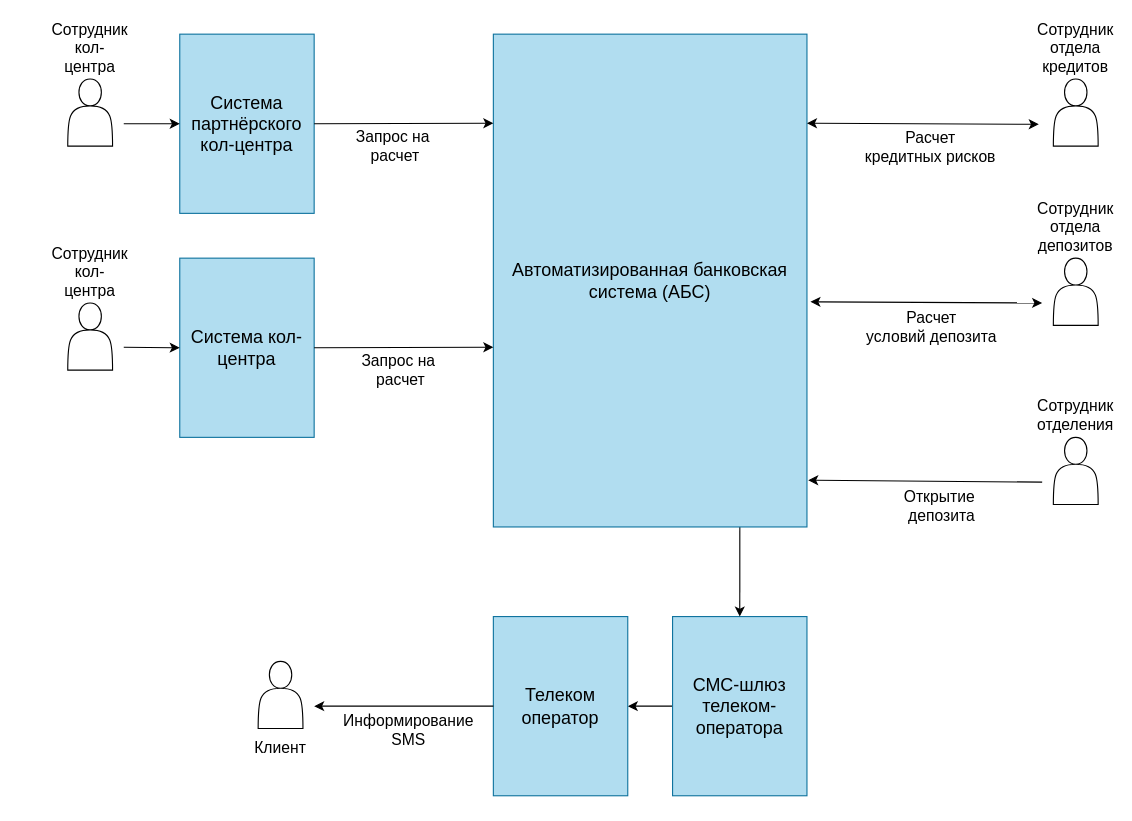
The draw.io diagram Task1/Application integrations schema.drawio in alexeit-315/architecture-standart, before the edit. Source tidied: cells renumbered, new cells numbered last; positions are measured from the earlier drawing's top-left corner, leaving out a move shared by most shapes. Both pictures are drawn from the tidied source at 112%, with x=0, y=0 at pixel (67, 34).
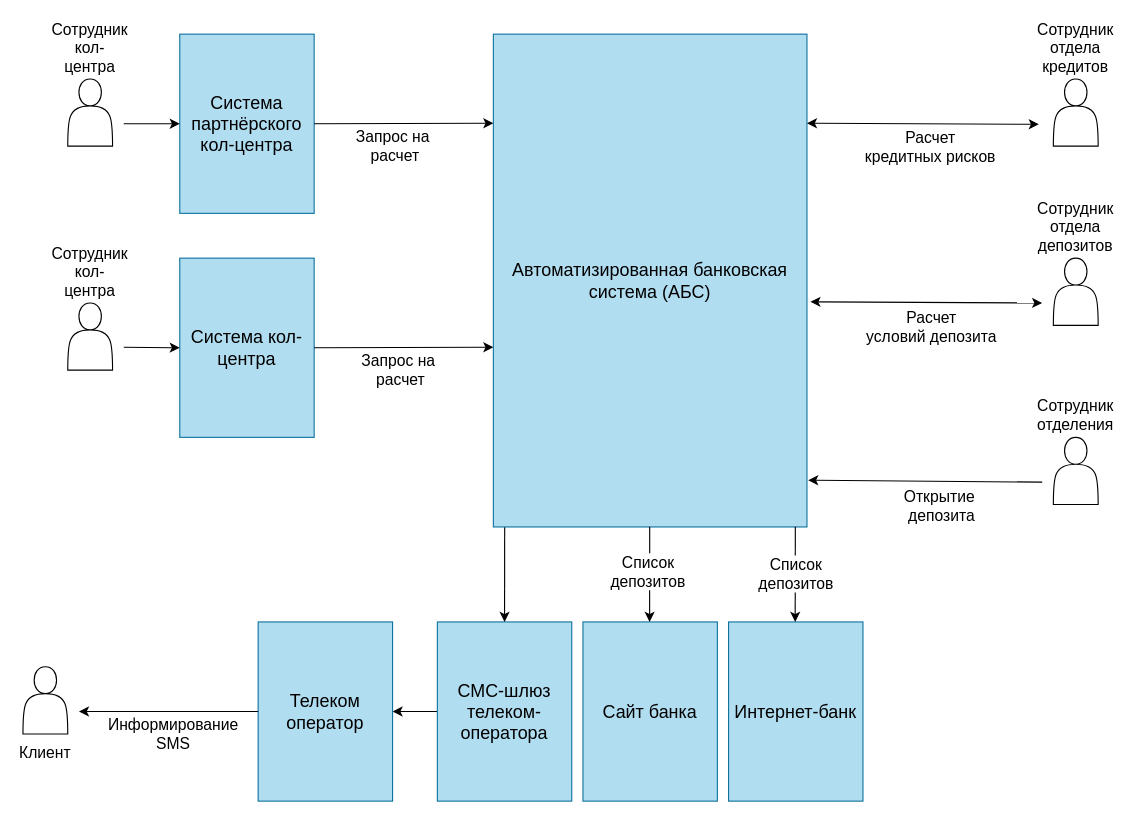
After the change.

Unchanged cells that the change refers to:
```xml
<mxCell id="9" value="&lt;font style=&quot;font-size: 16px;&quot;&gt;Автоматизированная банковская система (АБС)&lt;/font&gt;" style="rounded=0;whiteSpace=wrap;html=1;fillColor=#b1ddf0;strokeColor=#10739e;" parent="1" vertex="1">
  <mxGeometry x="380" width="280" height="440" as="geometry" />
</mxCell>
```

Change to the diagram source:
```diff
@@
     <mxCell id="4" value="&lt;font style=&quot;font-size: 16px;&quot;&gt;Телеком оператор&lt;/font&gt;" style="rounded=0;whiteSpace=wrap;html=1;fillColor=#b1ddf0;strokeColor=#10739e;" parent="1" vertex="1">
-      <mxGeometry x="380" y="520" width="120" height="160" as="geometry" />
+      <mxGeometry x="170" y="524.8" width="120" height="160" as="geometry" />
     </mxCell>
@@
     <mxCell id="7" value="&lt;font style=&quot;font-size: 16px;&quot;&gt;СМС-шлюз телеком-оператора&lt;/font&gt;" style="rounded=0;whiteSpace=wrap;html=1;fillColor=#b1ddf0;strokeColor=#10739e;" parent="1" vertex="1">
-      <mxGeometry x="540" y="520" width="120" height="160" as="geometry" />
+      <mxGeometry x="330" y="524.8" width="120" height="160" as="geometry" />
     </mxCell>
-    <mxCell id="8" style="endArrow=classic;html=1;rounded=0;entryX=0.5;entryY=0;entryDx=0;entryDy=0;exitX=0.786;exitY=0.989;exitDx=0;exitDy=0;exitPerimeter=0;" parent="1" edge="1" source="9" target="7">
-      <mxGeometry relative="1" as="geometry" />
+    <mxCell id="8" style="endArrow=classic;html=1;rounded=0;entryX=0.5;entryY=0;entryDx=0;entryDy=0;exitX=0.786;exitY=0.989;exitDx=0;exitDy=0;exitPerimeter=0;" parent="1" edge="1" target="7">
+      <mxGeometry relative="1" as="geometry">
+        <mxPoint x="390.1" y="440" as="sourcePoint" />
+      </mxGeometry>
     </mxCell>
@@
     <mxCell id="13" value="&lt;font style=&quot;font-size: 14px;&quot;&gt;Клиент&lt;/font&gt;" style="shape=actor;whiteSpace=wrap;html=1;fontSize=16;labelPosition=center;verticalLabelPosition=bottom;align=center;verticalAlign=top;" parent="1" vertex="1">
-      <mxGeometry x="170" y="560" width="40" height="60" as="geometry" />
+      <mxGeometry x="-40" y="564.8" width="40" height="60" as="geometry" />
     </mxCell>
     <mxCell id="14" style="endArrow=classic;html=1;rounded=0;exitX=0;exitY=0.5;exitDx=0;exitDy=0;" parent="1" edge="1" source="4">
       <mxGeometry relative="1" as="geometry">
-        <mxPoint x="220" y="600" as="targetPoint" />
+        <mxPoint x="10" y="604.8" as="targetPoint" />
       </mxGeometry>
     </mxCell>
@@
+    <mxCell id="29" value="&lt;font style=&quot;font-size: 16px;&quot;&gt;Интернет-банк&lt;/font&gt;" style="rounded=0;whiteSpace=wrap;html=1;fillColor=#b1ddf0;strokeColor=#10739e;" parent="1" vertex="1">
+      <mxGeometry x="590" y="524.8" width="120" height="160" as="geometry" />
+    </mxCell>
+    <mxCell id="30" value="&lt;span style=&quot;font-size: 16px;&quot;&gt;Сайт банка&lt;/span&gt;" style="rounded=0;whiteSpace=wrap;html=1;fillColor=#b1ddf0;strokeColor=#10739e;" parent="1" vertex="1">
+      <mxGeometry x="460" y="524.8" width="120" height="160" as="geometry" />
+    </mxCell>
+    <mxCell id="31" style="endArrow=classic;html=1;rounded=0;entryX=0.5;entryY=0;entryDx=0;entryDy=0;exitX=0.786;exitY=0.989;exitDx=0;exitDy=0;exitPerimeter=0;" parent="1" edge="1">
+      <mxGeometry relative="1" as="geometry">
+        <mxPoint x="519.6" y="439.8" as="sourcePoint" />
+        <mxPoint x="519.5" y="524.8" as="targetPoint" />
+      </mxGeometry>
+    </mxCell>
+    <mxCell id="32" value="&lt;font style=&quot;font-size: 14px;&quot;&gt;Список&lt;/font&gt;&lt;div&gt;&lt;font style=&quot;font-size: 14px;&quot;&gt;депозитов&lt;/font&gt;&lt;/div&gt;" style="edgeLabel;html=1;align=center;verticalAlign=middle;" parent="31" vertex="1">
+      <mxGeometry x="-0.06" y="-2" relative="1" as="geometry" />
+    </mxCell>
+    <mxCell id="33" style="endArrow=classic;html=1;rounded=0;entryX=0.5;entryY=0;entryDx=0;entryDy=0;exitX=0.786;exitY=0.989;exitDx=0;exitDy=0;exitPerimeter=0;" parent="1" edge="1">
+      <mxGeometry relative="1" as="geometry">
+        <mxPoint x="649.6" y="439.8" as="sourcePoint" />
+        <mxPoint x="649.5" y="524.8" as="targetPoint" />
+      </mxGeometry>
+    </mxCell>
+    <mxCell id="34" value="&lt;font style=&quot;font-size: 14px;&quot;&gt;Список&lt;/font&gt;&lt;div&gt;&lt;font style=&quot;font-size: 14px;&quot;&gt;депозитов&lt;/font&gt;&lt;/div&gt;" style="edgeLabel;html=1;align=center;verticalAlign=middle;" parent="33" vertex="1">
+      <mxGeometry x="-0.01" relative="1" as="geometry" />
+    </mxCell>
```
